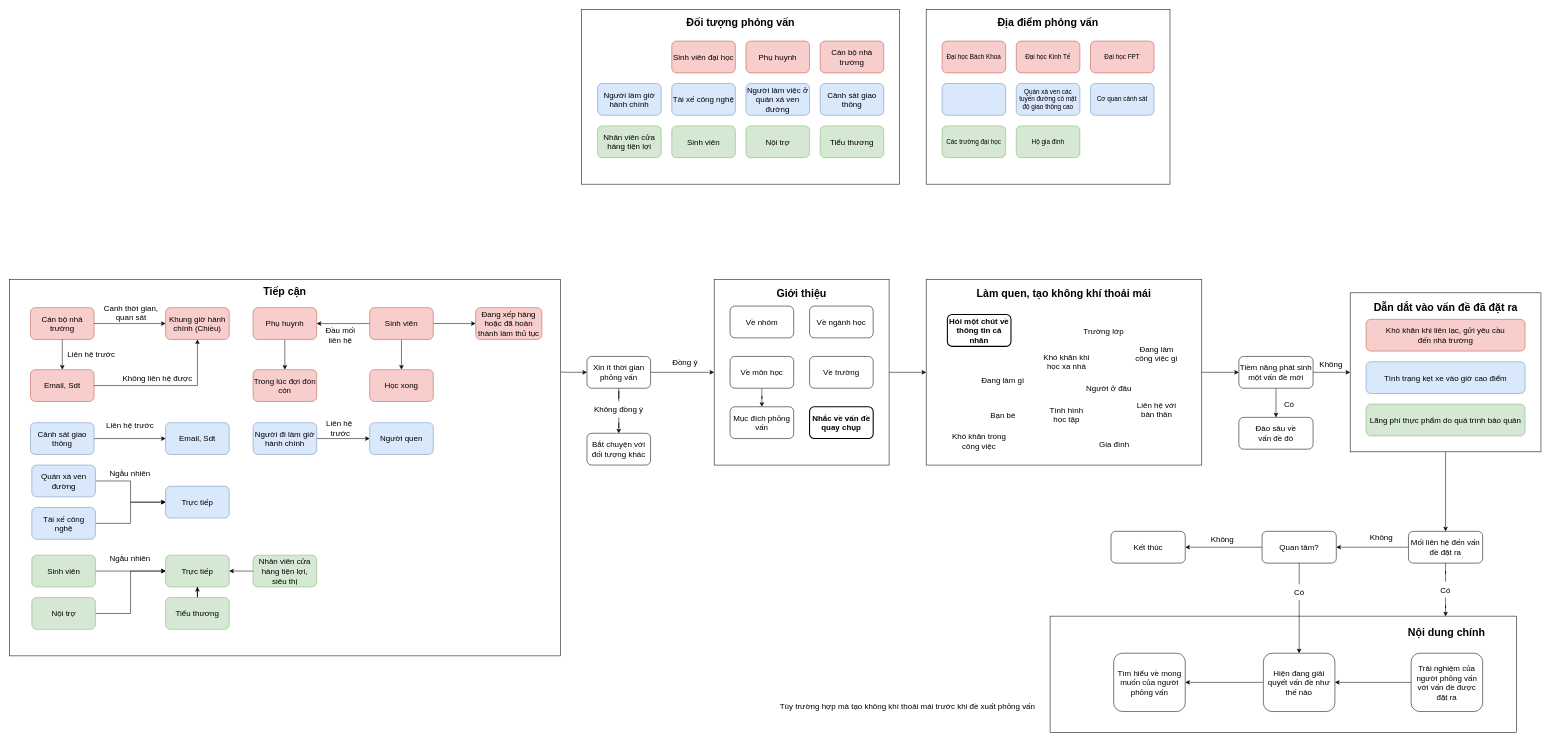
This is Untitled Diagram.drawio from lukas0173/Draw.io, a draw.io file, before an edit. Source tidied: cells renumbered, new cells numbered last; positions are measured from the earlier drawing's top-left corner, leaving out a move shared by most shapes. Both pictures are drawn from the tidied source at 53%, with x=0, y=0 at pixel (9, 9).
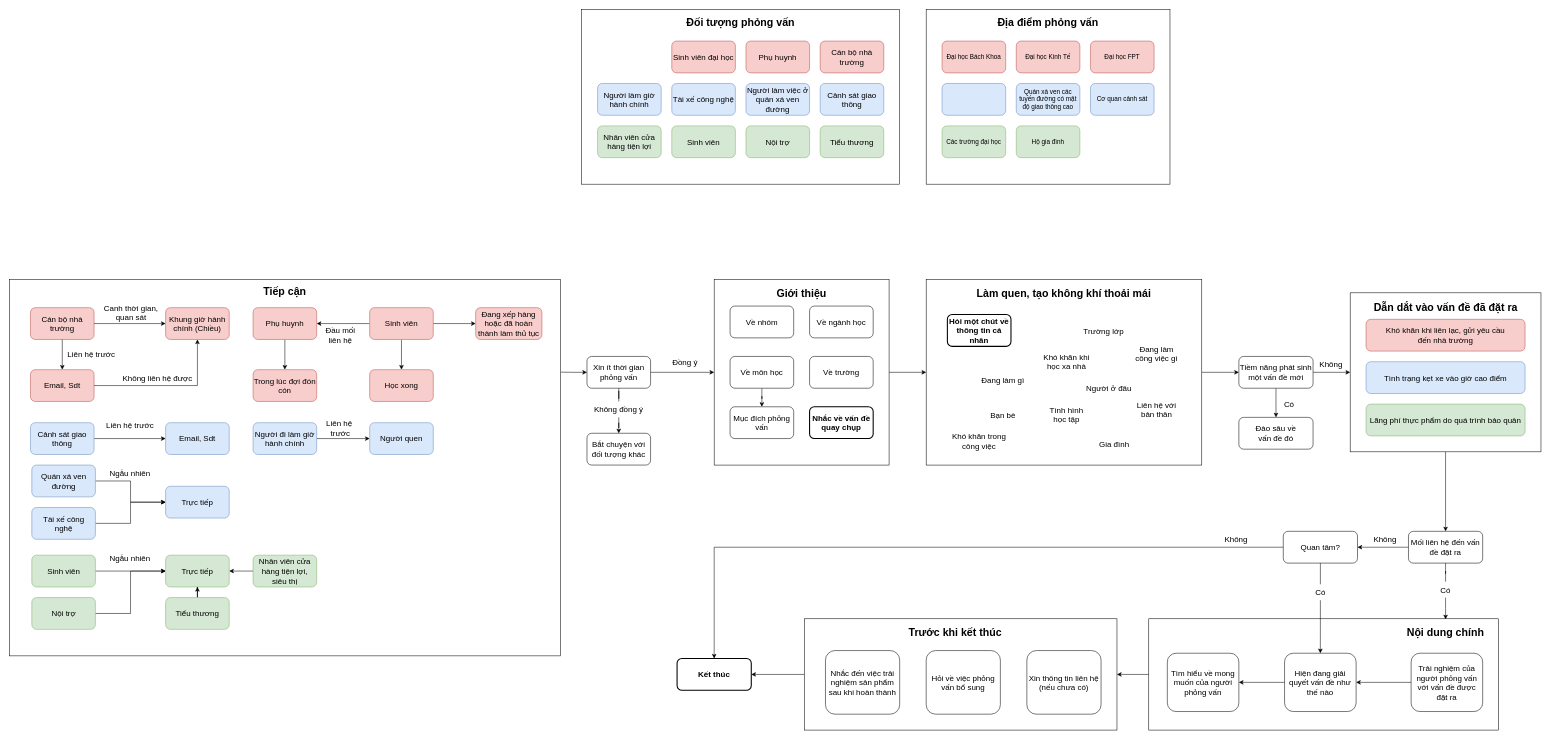
The same diagram, later.

Unchanged cells that the change refers to:
```xml
<mxCell id="71" value="Có" style="text;html=1;align=center;verticalAlign=middle;whiteSpace=wrap;rounded=0;fontSize=15;" parent="1" vertex="1">
  <mxGeometry x="2655" y="1080" width="110" height="30" as="geometry" />
</mxCell>
```

Diff of the diagram source:
```diff
@@
+    <mxCell id="143" style="edgeStyle=orthogonalEdgeStyle;rounded=0;jettySize=auto;html=1;entryX=1;entryY=0.5;entryDx=0;entryDy=0;" parent="1" edge="1" source="144" target="146">
+      <mxGeometry relative="1" as="geometry" />
+    </mxCell>
+    <mxCell id="144" style="rounded=0;whiteSpace=wrap;html=1;" parent="1" vertex="1">
+      <mxGeometry x="2150" y="1150" width="660" height="210" as="geometry" />
+    </mxCell>
@@
-    <mxCell id="50" value="Tùy trường hợp mà tạo không khí thoải mái trước khi đề xuất phỏng vấn" style="text;html=1;align=center;verticalAlign=middle;whiteSpace=wrap;rounded=0;fontSize=15;" parent="1" vertex="1">
-      <mxGeometry x="1410" y="1300" width="570" height="30" as="geometry" />
-    </mxCell>
@@
-    <mxCell id="64" style="rounded=0;whiteSpace=wrap;html=1;" parent="1" vertex="1">
-      <mxGeometry x="1963.8" y="1145" width="880" height="220" as="geometry" />
-    </mxCell>
     <mxCell id="65" value="&lt;span style=&quot;font-size: 20px;&quot;&gt;Nội dung chính&lt;/span&gt;" style="text;html=1;align=center;verticalAlign=middle;whiteSpace=wrap;rounded=0;fontStyle=1;" parent="1" vertex="1">
-      <mxGeometry x="2580" y="1160" width="263.8" height="30" as="geometry" />
+      <mxGeometry x="2615" y="1160" width="190" height="30" as="geometry" />
     </mxCell>
@@
-    <mxCell id="67" style="edgeStyle=orthogonalEdgeStyle;rounded=0;jettySize=auto;html=1;entryX=0.848;entryY=0.002;entryDx=0;entryDy=0;entryPerimeter=0;" parent="1" edge="1" source="71" target="64">
-      <mxGeometry relative="1" as="geometry" />
+    <mxCell id="67" style="edgeStyle=orthogonalEdgeStyle;rounded=0;jettySize=auto;html=1;" parent="1" edge="1" source="71">
+      <mxGeometry relative="1" as="geometry">
+        <mxPoint x="2710" y="1151" as="targetPoint" />
+      </mxGeometry>
     </mxCell>
@@
-    <mxCell id="72" style="edgeStyle=orthogonalEdgeStyle;rounded=0;jettySize=auto;html=1;entryX=1;entryY=0.5;entryDx=0;entryDy=0;" parent="1" edge="1" source="74" target="76">
-      <mxGeometry relative="1" as="geometry" />
+    <mxCell id="72" style="edgeStyle=orthogonalEdgeStyle;rounded=0;jettySize=auto;html=1;entryX=0.5;entryY=0;entryDx=0;entryDy=0;" parent="1" edge="1" source="74" target="76">
+      <mxGeometry relative="1" as="geometry">
+        <Array as="points">
+          <mxPoint x="1330" y="1015" />
+        </Array>
+      </mxGeometry>
     </mxCell>
@@
     <mxCell id="74" value="Quan tâm?" style="rounded=1;whiteSpace=wrap;html=1;fontSize=15;" parent="1" vertex="1">
-      <mxGeometry x="2363.8" y="985" width="140" height="60" as="geometry" />
+      <mxGeometry x="2403.8" y="985" width="140" height="60" as="geometry" />
     </mxCell>
     <mxCell id="75" value="Không" style="text;html=1;align=center;verticalAlign=middle;whiteSpace=wrap;rounded=0;fontSize=15;" parent="1" vertex="1">
-      <mxGeometry x="2533.8" y="980" width="110" height="30" as="geometry" />
+      <mxGeometry x="2541.2" y="985" width="110" height="30" as="geometry" />
     </mxCell>
-    <mxCell id="76" value="Kết thúc" style="rounded=1;whiteSpace=wrap;html=1;fontSize=15;" parent="1" vertex="1">
-      <mxGeometry x="2078.8" y="985" width="140" height="60" as="geometry" />
+    <mxCell id="76" value="Kết thúc" style="rounded=1;whiteSpace=wrap;html=1;fontSize=15;fontStyle=1;strokeWidth=2;" parent="1" vertex="1">
+      <mxGeometry x="1260" y="1225" width="140" height="60" as="geometry" />
     </mxCell>
     <mxCell id="77" value="Không" style="text;html=1;align=center;verticalAlign=middle;whiteSpace=wrap;rounded=0;fontSize=15;" parent="1" vertex="1">
-      <mxGeometry x="2233.8" y="985" width="110" height="30" as="geometry" />
+      <mxGeometry x="2260" y="985" width="110" height="30" as="geometry" />
     </mxCell>
@@
     <mxCell id="81" value="Hiện đang giải quyết vấn đề như thế nào" style="rounded=1;whiteSpace=wrap;html=1;fontSize=15;" parent="1" vertex="1">
-      <mxGeometry x="2366.2" y="1215" width="135" height="110" as="geometry" />
+      <mxGeometry x="2406.2" y="1215" width="135" height="110" as="geometry" />
     </mxCell>
@@
     <mxCell id="83" value="Có" style="text;html=1;align=center;verticalAlign=middle;whiteSpace=wrap;rounded=0;fontSize=15;" parent="1" vertex="1">
-      <mxGeometry x="2378.8" y="1085" width="110" height="30" as="geometry" />
+      <mxGeometry x="2418.8" y="1085" width="110" height="30" as="geometry" />
     </mxCell>
     <mxCell id="84" value="Tìm hiểu về mong muốn của người phỏng vấn" style="rounded=1;whiteSpace=wrap;html=1;fontSize=15;" parent="1" vertex="1">
-      <mxGeometry x="2083.8" y="1215" width="135" height="110" as="geometry" />
+      <mxGeometry x="2185" y="1215" width="135" height="110" as="geometry" />
     </mxCell>
@@
+    <mxCell id="145" style="edgeStyle=orthogonalEdgeStyle;rounded=0;jettySize=auto;html=1;entryX=1;entryY=0.5;entryDx=0;entryDy=0;" parent="1" edge="1" source="146" target="76">
+      <mxGeometry relative="1" as="geometry" />
+    </mxCell>
+    <mxCell id="146" style="rounded=0;whiteSpace=wrap;html=1;" parent="1" vertex="1">
+      <mxGeometry x="1500" y="1150" width="590" height="210" as="geometry" />
+    </mxCell>
+    <mxCell id="147" value="Xin thông tin liên hệ (nếu chưa có)" style="rounded=1;whiteSpace=wrap;html=1;fontSize=15;" parent="1" vertex="1">
+      <mxGeometry x="1920" y="1210" width="140" height="120" as="geometry" />
+    </mxCell>
+    <mxCell id="148" value="Hỏi về việc phỏng vấn bổ sung" style="rounded=1;whiteSpace=wrap;html=1;fontSize=15;" parent="1" vertex="1">
+      <mxGeometry x="1730" y="1210" width="140" height="120" as="geometry" />
+    </mxCell>
+    <mxCell id="149" value="Nhắc đến việc trải nghiệm sản phẩm sau khi hoàn thành" style="rounded=1;whiteSpace=wrap;html=1;fontSize=15;" parent="1" vertex="1">
+      <mxGeometry x="1540" y="1210" width="140" height="120" as="geometry" />
+    </mxCell>
+    <mxCell id="150" value="&lt;span style=&quot;font-size: 20px;&quot;&gt;Trước khi kết thúc&lt;/span&gt;" style="text;html=1;align=center;verticalAlign=middle;whiteSpace=wrap;rounded=0;fontStyle=1;" parent="1" vertex="1">
+      <mxGeometry x="1690" y="1160" width="190" height="30" as="geometry" />
+    </mxCell>
```
